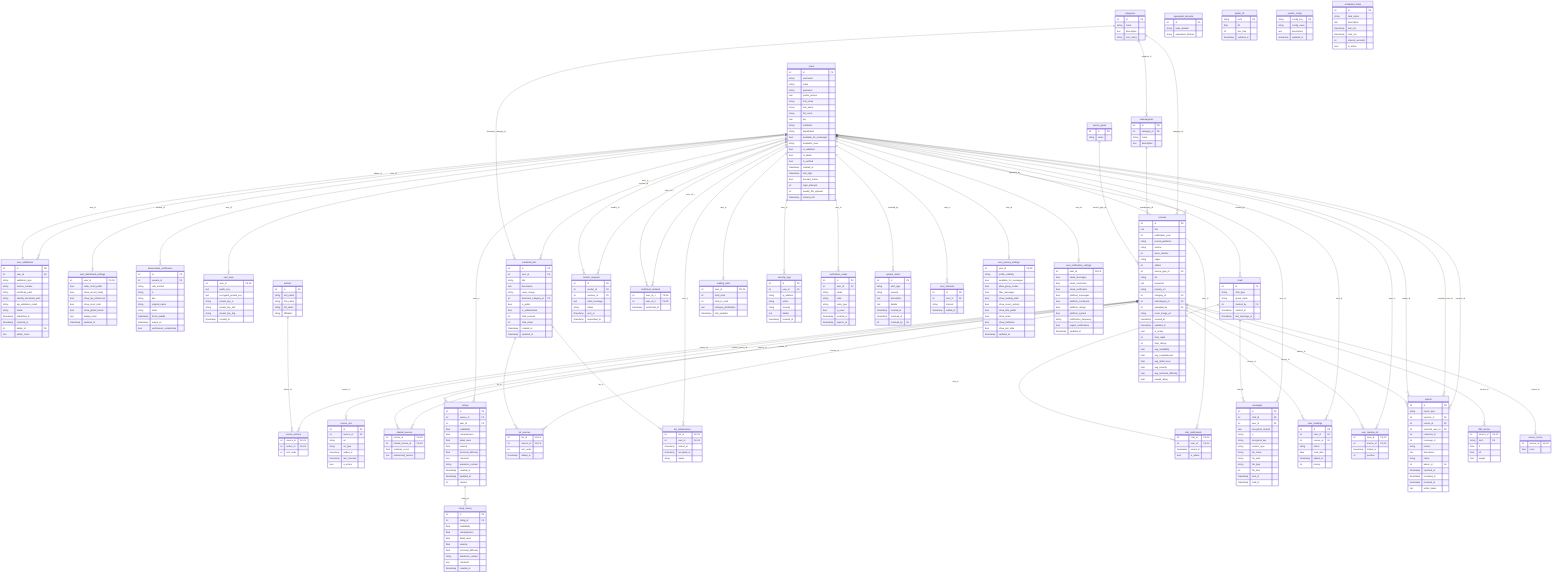
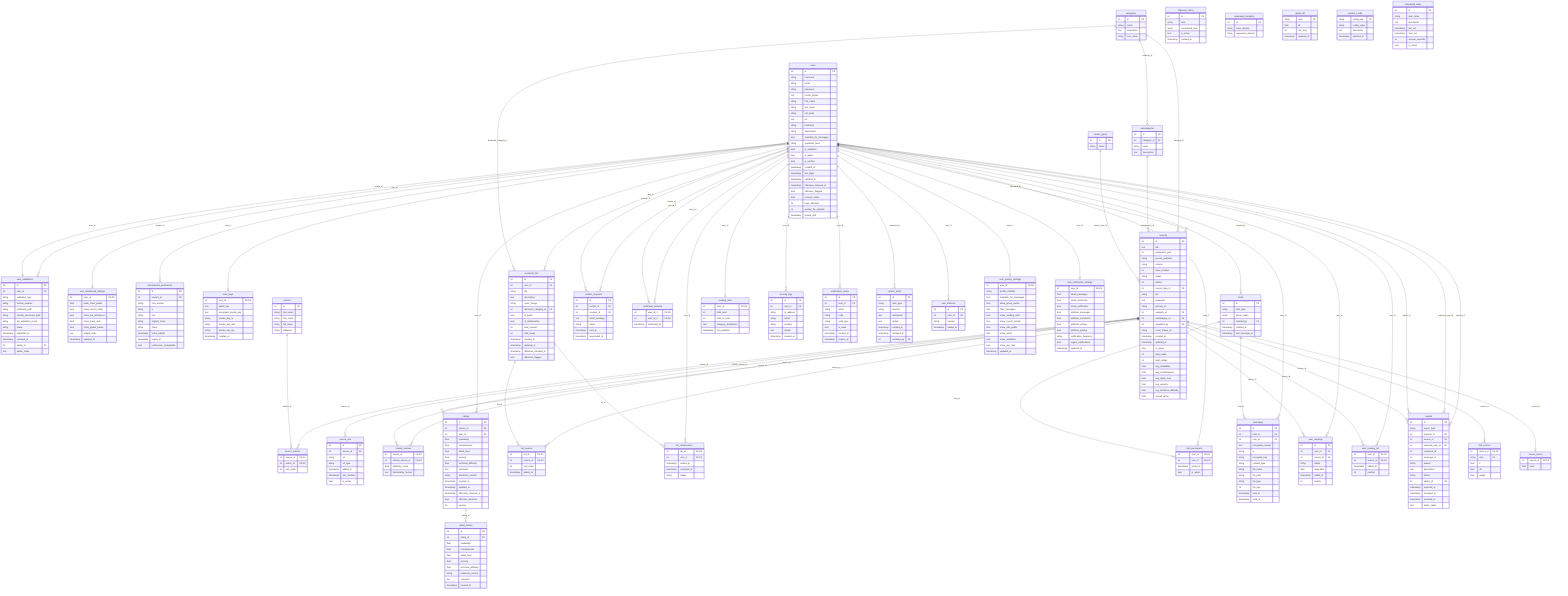
erDiagram
    users {
        int id PK
        string username
        string email
        string password
        text profile_picture
        string first_name
        string last_name
        string full_name
        text bio
        string institution
        string department
        bool available_for_messages
        string academic_level
        bool is_validated
        bool is_admin
        bool is_verified
        timestamp created_at
        timestamp last_login
+         timestamp updated_at
+         timestamp offensive_checked_at
+         bool offensive_flagged
        bool account_active
        int login_attempts
        int weekly_file_uploads
        timestamp locked_until
    }

    user_validations {
        int id PK
        int user_id FK
        string validation_type
        string license_number
        string certificate_path
        string identity_document_path
        string api_validation_result
        string status
        timestamp submitted_at
        timestamp resolved_at
        int admin_id FK
        text admin_notes
    }

    user_dashboard_settings {
        int user_id PK,FK
        bool radar_chart_public
        bool show_recent_study
        bool show_my_references
        bool show_most_read
        bool show_global_trends
        text widget_order
        timestamp updated_at
    }

    documentos_verificacion {
        int id PK
        int usuario_id FK
        string ruta_archivo
        string iv
        string tipo
        string original_name
        string mime
        timestamp fecha_subida
        timestamp expira_en
        bool verificacion_completada
    }

    user_keys {
        int user_id PK,FK
        text public_key
        text encrypted_private_key
        string private_key_iv
        string private_key_salt
        string private_key_tag
        timestamp created_at
    }

    categories {
        int id PK
        string name
        text description
        string icon_name
    }

    subcategories {
        int id PK
        int category_id FK
        string name
        text description
    }

    source_types {
        int id PK
        string name
    }

    authors {
        int id PK
        string last_name
        string first_name
        string full_name
        string affiliation
    }

    sources {
        int id PK
        text title
        int publication_year
        string journal_publisher
        string volume
        int issue_number
        string pages
        int edition
        int source_type_id FK
        string doi
        text keywords
        string primary_url
        int category_id FK
        int subcategory_id FK
        int uploaded_by FK
        string cover_image_url
        timestamp created_at
        timestamp updated_at
        bool is_active
        int total_reads
        int total_ratings
        float avg_readability
        float avg_completeness
        float avg_detail_level
        float avg_veracity
        float avg_technical_difficulty
        float overall_rating
    }

    source_authors {
        int source_id PK,FK
        int author_id PK,FK
        int sort_order
    }

    source_urls {
        int id PK
        int source_id FK
        string url
        string url_type
        timestamp added_at
        timestamp last_checked
        bool is_active
    }

    related_sources {
        int source_id PK,FK
        int related_source_id PK,FK
        float similarity_score
        text relationship_factors
    }

    ratings {
        int id PK
        int source_id FK
        int user_id FK
        float readability
        float completeness
        float detail_level
        float veracity
        float technical_difficulty
        text comment
        string academic_context
        timestamp created_at
        timestamp updated_at
+         timestamp offensive_checked_at
+         bool offensive_detected
        int version
    }

    rating_history {
        int id PK
        int rating_id FK
        float readability
        float completeness
        float detail_level
        float veracity
        float technical_difficulty
        string academic_context
        text comment
        timestamp created_at
    }

    curatorial_lists {
        int id PK
        int user_id FK
        string title
        text description
        string cover_image
        int dominant_category_id FK
        bool is_public
        bool is_collaborative
        int total_sources
        int total_views
        timestamp created_at
        timestamp updated_at
+         timestamp offensive_checked_at
+         bool offensive_flagged
+     }
+ 
+     offensive_terms {
+         int id PK
+         string term
+         string normalized_term
+         bool is_active
+         timestamp created_at
    }

    list_sources {
        int list_id PK,FK
        int source_id PK,FK
        int sort_order
        timestamp added_at
    }

    list_collaborators {
        int list_id PK,FK
        int user_id PK,FK
        timestamp invited_at
        timestamp accepted_at
        string status
    }

    contact_requests {
        int id PK
        int sender_id FK
        int receiver_id FK
        text initial_message
        string status
        timestamp sent_at
        timestamp responded_at
    }

    confirmed_contacts {
        int user_id_1 PK,FK
        int user_id_2 PK,FK
        timestamp confirmed_at
    }

    chats {
        int id PK
        string chat_type
        string group_name
        int created_by FK
        timestamp created_at
        timestamp last_message_at
    }

    chat_participants {
        int chat_id PK,FK
        int user_id PK,FK
        timestamp joined_at
        bool is_admin
    }

    messages {
        int id PK
        int chat_id FK
        int user_id FK
        text encrypted_content
        string iv
        string encrypted_key
        string content_type
        string file_name
        string file_path
        string file_type
        int file_size
        timestamp sent_at
        timestamp read_at
    }

    user_readings {
        int id PK
        int user_id FK
        int source_id FK
        string status
        date read_date
        timestamp added_at
        int priority
    }

    reading_stats {
        int user_id PK,FK
        int total_read
        int total_to_read
        text category_distribution
        timestamp last_updated
    }

    user_reading_list {
        int user_id PK,FK
        int source_id PK,FK
        timestamp added_at
        int position
    }

    reports {
        int id PK
        string report_type
        int reporter_id FK
        int source_id FK
        int reported_user_id FK
        int comment_id
        int message_id
        string reason
        text description
        string status
        int admin_id FK
        timestamp reported_at
        timestamp reviewed_at
        timestamp resolved_at
        text action_taken
    }

    tfidf_vectors {
        int source_id PK,FK
        string term PK
        float tf
        float idf
        float weight
    }

    equivalent_domains {
        int id PK
        string base_domain
        string equivalent_domain
    }

    global_idf {
        string term PK
        float idf
        int doc_freq
        timestamp updated_at
    }

    source_norms {
        int source_id PK,FK
        float norm
    }

    security_logs {
        int id PK
        int user_id FK
        string ip_address
        string action
        string severity
        text details
        timestamp created_at
    }

    verification_codes {
        int id PK
        int user_id FK
        string email
        string code
        string code_type
        bool is_used
        timestamp created_at
        timestamp expires_at
    }

    system_config {
        string config_key PK
        string config_value
        text description
        timestamp updated_at
    }

    scheduled_tasks {
        int id PK
        string task_name
        text description
        timestamp last_run
        timestamp next_run
        int interval_seconds
        bool is_active
    }

    system_alerts {
        int id PK
        string alert_type
        string severity
        text description
        text details
        timestamp created_at
        timestamp resolved_at
        int resolved_by FK
    }

    user_interests {
        int id PK
        int user_id FK
        string interest
        timestamp added_at
    }

    user_privacy_settings {
        int user_id PK,FK
        string profile_visibility
        bool available_for_messages
        bool allow_group_invites
        bool filter_messages
        bool show_reading_stats
        bool show_recent_activity
        bool show_lists_public
        bool show_email
        bool show_institution
        bool show_join_date
        timestamp updated_at
    }

    user_notification_settings {
        int user_id PK,FK
        bool email_messages
        bool email_comments
        bool email_verification
        bool platform_messages
        bool platform_comments
        bool platform_ratings
        bool platform_system
        string notification_frequency
        bool urgent_notifications
        timestamp updated_at
    }

    %% Relationships
    users ||--o{ user_validations : "user_id"
    users ||--o| user_dashboard_settings : "user_id"
    users ||--o{ documentos_verificacion : "usuario_id"
    users ||--o| user_keys : "user_id"
    users ||--o{ sources : "uploaded_by"
    users ||--o{ ratings : "user_id"
    users ||--o{ curatorial_lists : "user_id"
    users ||--o{ list_collaborators : "user_id"
    users ||--o{ contact_requests : "sender_id"
    users ||--o{ contact_requests : "receiver_id"
    users ||--o{ confirmed_contacts : "user_id_1"
    users ||--o{ confirmed_contacts : "user_id_2"
    users ||--o{ chats : "created_by"
    users ||--o{ chat_participants : "user_id"
    users ||--o{ messages : "user_id"
    users ||--o{ user_readings : "user_id"
    users ||--o| reading_stats : "user_id"
    users ||--o{ user_reading_list : "user_id"
    users ||--o{ reports : "reporter_id"
    users ||--o{ reports : "reported_user_id"
    users ||--o{ reports : "admin_id"
    users ||--o{ security_logs : "user_id"
    users ||--o{ verification_codes : "user_id"
    users ||--o{ system_alerts : "resolved_by"
    users ||--o{ user_interests : "user_id"
    users ||--o| user_privacy_settings : "user_id"
    users ||--o| user_notification_settings : "user_id"

    categories ||--o{ subcategories : "category_id"
    categories ||--o{ sources : "category_id"
    categories ||--o{ curatorial_lists : "dominant_category_id"

    subcategories ||--o{ sources : "subcategory_id"

    source_types ||--o{ sources : "source_type_id"

    sources ||--o{ source_authors : "source_id"
    sources ||--o{ source_urls : "source_id"
    sources ||--o{ related_sources : "source_id"
    sources ||--o{ related_sources : "related_source_id"
    sources ||--o{ ratings : "source_id"
    sources ||--o{ list_sources : "source_id"
    sources ||--o{ user_readings : "source_id"
    sources ||--o{ user_reading_list : "source_id"
    sources ||--o{ reports : "source_id"
    sources ||--o{ tfidf_vectors : "source_id"
    sources ||--o| source_norms : "source_id"

    authors ||--o{ source_authors : "author_id"

    ratings ||--o{ rating_history : "rating_id"

    curatorial_lists ||--o{ list_sources : "list_id"
    curatorial_lists ||--o{ list_collaborators : "list_id"

    chats ||--o{ chat_participants : "chat_id"
    chats ||--o{ messages : "chat_id"

    user_validations ||--o| users : "admin_id"